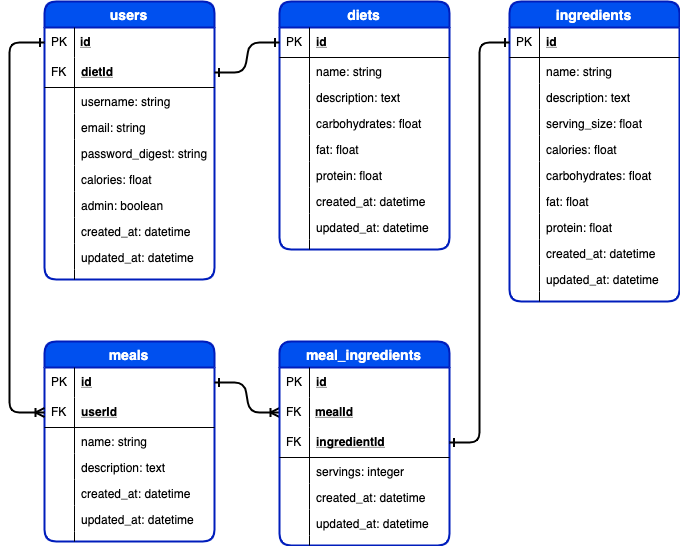
Before: images/node-diet-erd.png, a diagram exported from draw.io (will4skill/diet-api). Source tidied: cells renumbered, new cells last; positions are measured from the earlier drawing's top-left corner, leaving out a move shared by most shapes.
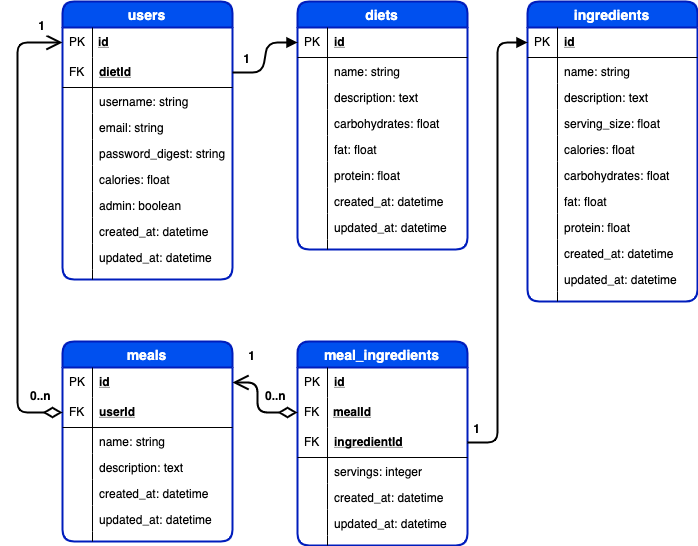
Above is the later version.

Change to the diagram source:
```diff
@@ -167,19 +167,11 @@
     <mxCell id="56" style="shape=partialRectangle;top=0;left=0;bottom=0;fillColor=none;align=left;verticalAlign=top;spacingLeft=4;spacingRight=4;overflow=hidden;fontSize=12;" parent="55" vertex="1">
       <mxGeometry width="30" height="10" as="geometry" />
     </mxCell>
-    <mxCell id="57" style="edgeStyle=entityRelationEdgeStyle;fontSize=12;html=1;endArrow=ERone;exitX=1;exitY=0.5;entryX=0;entryY=0.5;strokeWidth=2;fillColor=#eeeeee;strokeColor=#000000;comic=0;endFill=0;startArrow=ERone;startFill=0;exitDx=0;exitDy=0;entryDx=0;entryDy=0;" parent="1" edge="1" source="5">
+    <mxCell id="57" style="edgeStyle=entityRelationEdgeStyle;fontSize=12;html=1;endArrow=block;exitX=1;exitY=0.5;entryX=0;entryY=0.5;strokeWidth=2;fillColor=#eeeeee;strokeColor=#000000;comic=0;endFill=1;startArrow=none;startFill=0;exitDx=0;exitDy=0;entryDx=0;entryDy=0;" parent="1" edge="1" source="5">
       <mxGeometry relative="1" as="geometry">
         <mxPoint x="370" y="41" as="targetPoint" />
       </mxGeometry>
     </mxCell>
-    <mxCell id="58" style="edgeStyle=elbowEdgeStyle;fontSize=12;html=1;endArrow=ERoneToMany;entryX=0;entryY=0.5;strokeWidth=2;startArrow=ERone;startFill=0;entryDx=0;entryDy=0;exitX=0;exitY=0.5;exitDx=0;exitDy=0;" parent="1" edge="1" source="3" target="45">
-      <mxGeometry relative="1" as="geometry">
-        <Array as="points">
-          <mxPoint x="100" y="200" />
-          <mxPoint y="210" />
-        </Array>
-      </mxGeometry>
-    </mxCell>
     <mxCell id="59" value="ingredients" style="swimlane;fontStyle=1;horizontal=1;startSize=26;fillColor=#0050ef;swimlaneFillColor=#ffffff;align=center;fontSize=14;strokeColor=#001DBC;strokeWidth=2;rounded=1;comic=0;shadow=0;glass=0;fontColor=#ffffff;" parent="1" vertex="1">
       <mxGeometry x="600" width="170" height="300" as="geometry" />
     </mxCell>
@@ -249,11 +241,6 @@
     <mxCell id="81" style="shape=partialRectangle;top=0;left=0;bottom=0;fillColor=none;align=left;verticalAlign=top;spacingLeft=4;spacingRight=4;overflow=hidden;fontSize=12;" parent="80" vertex="1">
       <mxGeometry width="30" height="10" as="geometry" />
     </mxCell>
-    <mxCell id="82" style="edgeStyle=entityRelationEdgeStyle;fontSize=12;html=1;endArrow=ERoneToMany;exitX=1;exitY=0.5;strokeWidth=2;fillColor=#eeeeee;strokeColor=#000000;comic=0;endFill=0;startArrow=ERone;startFill=0;exitDx=0;exitDy=0;" parent="1" edge="1" source="43">
-      <mxGeometry relative="1" as="geometry">
-        <mxPoint x="370" y="411" as="targetPoint" />
-      </mxGeometry>
-    </mxCell>
     <mxCell id="83" value="meal_ingredients" style="swimlane;fontStyle=1;horizontal=1;startSize=26;fillColor=#0050ef;swimlaneFillColor=#ffffff;align=center;fontSize=14;strokeColor=#001DBC;strokeWidth=2;rounded=1;comic=0;shadow=0;glass=0;fontColor=#ffffff;" parent="1" vertex="1">
       <mxGeometry x="370" y="340" width="170" height="204" as="geometry" />
     </mxCell>
@@ -299,10 +286,56 @@
     <mxCell id="97" style="shape=partialRectangle;top=0;left=0;bottom=0;fillColor=none;align=left;verticalAlign=top;spacingLeft=4;spacingRight=4;overflow=hidden;fontSize=12;" parent="96" vertex="1">
       <mxGeometry width="30" height="10" as="geometry" />
     </mxCell>
-    <mxCell id="98" style="edgeStyle=entityRelationEdgeStyle;fontSize=12;html=1;endArrow=ERone;exitX=1;exitY=0.5;strokeWidth=2;fillColor=#eeeeee;strokeColor=#000000;comic=0;endFill=0;startArrow=ERone;startFill=0;exitDx=0;exitDy=0;entryX=0;entryY=0.5;entryDx=0;entryDy=0;" parent="1" edge="1" source="88">
+    <mxCell id="98" style="edgeStyle=entityRelationEdgeStyle;fontSize=12;html=1;endArrow=block;exitX=1;exitY=0.5;strokeWidth=2;fillColor=#eeeeee;strokeColor=#000000;comic=0;endFill=1;startArrow=none;startFill=0;exitDx=0;exitDy=0;entryX=0;entryY=0.5;entryDx=0;entryDy=0;" parent="1" edge="1" source="88">
       <mxGeometry relative="1" as="geometry">
         <mxPoint x="600" y="41" as="targetPoint" />
       </mxGeometry>
     </mxCell>
+    <mxCell id="99" style="endArrow=open;endSize=12;startArrow=diamondThin;startSize=14;startFill=0;edgeStyle=orthogonalEdgeStyle;entryX=0;entryY=0.5;entryDx=0;entryDy=0;exitX=0;exitY=0.5;exitDx=0;exitDy=0;strokeWidth=2;" parent="1" edge="1" source="45" target="3">
+      <mxGeometry x="1190" y="588.5" as="geometry">
+        <Array as="points">
+          <mxPoint x="90" y="411" />
+          <mxPoint x="90" y="41" />
+        </Array>
+      </mxGeometry>
+    </mxCell>
+    <mxCell id="100" value="0..n" style="align=left;verticalAlign=top;labelBackgroundColor=#ffffff;fontSize=12;strokeColor=#003366;shadow=1;fillColor=#D4E1F5;fontColor=#000000;fontStyle=1;" parent="99" vertex="1">
+      <mxGeometry x="-1" relative="1" as="geometry">
+        <mxPoint x="-35" y="-31" as="offset" />
+      </mxGeometry>
+    </mxCell>
+    <mxCell id="101" value="1" style="align=right;verticalAlign=top;labelBackgroundColor=#ffffff;fontSize=12;strokeColor=#003366;shadow=1;fillColor=#D4E1F5;fontColor=#000000;fontStyle=1;" parent="99" vertex="1">
+      <mxGeometry x="1" relative="1" as="geometry">
+        <mxPoint x="-15" y="-31" as="offset" />
+      </mxGeometry>
+    </mxCell>
+    <mxCell id="102" style="endArrow=open;endSize=12;startArrow=diamondThin;startSize=14;startFill=0;edgeStyle=orthogonalEdgeStyle;entryX=1;entryY=0.5;entryDx=0;entryDy=0;exitX=0;exitY=0.5;exitDx=0;exitDy=0;strokeWidth=2;" parent="1" edge="1" source="86" target="43">
+      <mxGeometry x="1415" y="597.5" as="geometry">
+        <Array as="points">
+          <mxPoint x="330" y="411" />
+          <mxPoint x="330" y="381" />
+        </Array>
+      </mxGeometry>
+    </mxCell>
+    <mxCell id="103" value="0..n" style="align=left;verticalAlign=top;labelBackgroundColor=#ffffff;fontSize=12;strokeColor=#003366;shadow=1;fillColor=#D4E1F5;fontColor=#000000;fontStyle=1;" parent="102" vertex="1">
+      <mxGeometry x="-1" relative="1" as="geometry">
+        <mxPoint x="-35" y="-31" as="offset" />
+      </mxGeometry>
+    </mxCell>
+    <mxCell id="104" value="1" style="align=right;verticalAlign=top;labelBackgroundColor=#ffffff;fontSize=12;strokeColor=#003366;shadow=1;fillColor=#D4E1F5;fontColor=#000000;fontStyle=1;" parent="102" vertex="1">
+      <mxGeometry x="1" relative="1" as="geometry">
+        <mxPoint x="25" y="-41" as="offset" />
+      </mxGeometry>
+    </mxCell>
+    <mxCell id="105" value="1" style="align=right;verticalAlign=top;labelBackgroundColor=#ffffff;fontSize=12;strokeColor=#003366;shadow=1;fillColor=#D4E1F5;fontColor=#000000;fontStyle=1;" parent="1" vertex="1">
+      <mxGeometry x="300" y="84" as="geometry">
+        <mxPoint x="25" y="-41" as="offset" />
+      </mxGeometry>
+    </mxCell>
+    <mxCell id="106" value="1" style="align=right;verticalAlign=top;labelBackgroundColor=#ffffff;fontSize=12;strokeColor=#003366;shadow=1;fillColor=#D4E1F5;fontColor=#000000;fontStyle=1;" parent="1" vertex="1">
+      <mxGeometry x="530" y="454" as="geometry">
+        <mxPoint x="25" y="-41" as="offset" />
+      </mxGeometry>
+    </mxCell>
   </root>
 </mxGraphModel>
```
